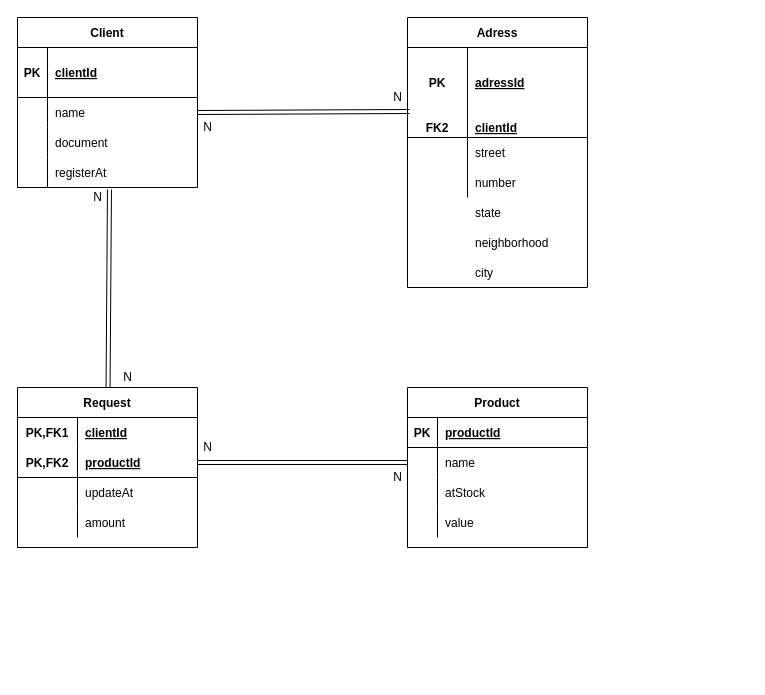
Before: doc/Model.drawio in lucasviniciusrodrigues/fiap-persistence-ecommerce, a draw.io diagram. Source tidied: cells renumbered, new cells numbered last; positions are measured from the earlier drawing's top-left corner, leaving out a move shared by most shapes. Both pictures are drawn from the tidied source at 100%, with x=0, y=0 at pixel (17, 17).
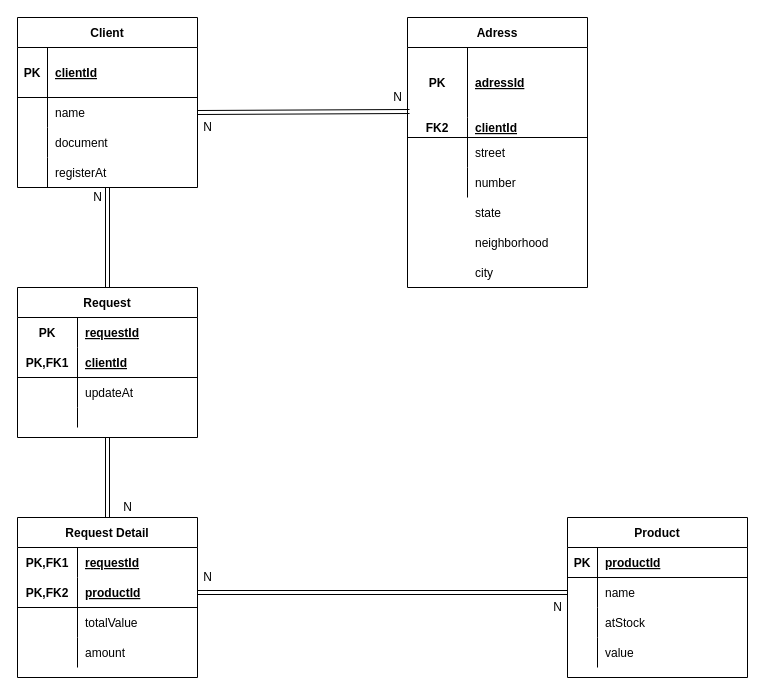
The same page after the edit.

The change refers to these unchanged cells:
```xml
<mxCell id="2" value="Client" style="shape=table;startSize=30;childLayout=tableLayout;rowLines=0;fontStyle=1;align=center;" parent="1" vertex="1">
  <mxGeometry width="180" height="170" as="geometry" />
</mxCell>
<mxCell id="12" style="shape=partialRectangle;fillColor=none;top=0;left=0;bottom=0;right=0;points=[[0,0.5],[1,0.5]];portConstraint=eastwest;" parent="2" vertex="1">
  <mxGeometry y="140" width="180" height="30" as="geometry" />
</mxCell>
<mxCell id="49" style="shape=partialRectangle;fillColor=none;top=0;left=0;bottom=0;right=0;" parent="48" vertex="1">
  <mxGeometry y="30" width="180" height="30" as="geometry" />
</mxCell>
<mxCell id="55" style="shape=partialRectangle;fillColor=none;top=0;left=0;bottom=0;right=0;" parent="48" vertex="1">
  <mxGeometry y="90" width="180" height="30" as="geometry" />
</mxCell>
```

What changed in the source:
```diff
@@
+    <mxCell id="66" style="edgeStyle=orthogonalEdgeStyle;shape=link;rounded=0;jettySize=auto;html=1;entryX=0.5;entryY=0;entryDx=0;entryDy=0;" parent="1" edge="1" source="2" target="68">
+      <mxGeometry relative="1" as="geometry" />
+    </mxCell>
@@
     <mxCell id="32" value="Product" style="shape=table;startSize=30;childLayout=tableLayout;rowLines=0;fontStyle=1;align=center;" parent="1" vertex="1">
-      <mxGeometry x="390" y="370" width="180" height="160" as="geometry" />
+      <mxGeometry x="550" y="500" width="180" height="160" as="geometry" />
     </mxCell>
@@
-    <mxCell id="47" style="edgeStyle=none;shape=link;rounded=0;jettySize=auto;html=1;entryX=0.511;entryY=1.067;entryDx=0;entryDy=0;entryPerimeter=0;" parent="1" edge="1" source="48" target="12">
-      <mxGeometry relative="1" as="geometry" />
-    </mxCell>
-    <mxCell id="48" value="Request" style="shape=table;startSize=30;childLayout=tableLayout;rowLines=0;fontStyle=1;align=center;" parent="1" vertex="1">
-      <mxGeometry y="370" width="180" height="160" as="geometry" />
+    <mxCell id="48" value="Request Detail" style="shape=table;startSize=30;childLayout=tableLayout;rowLines=0;fontStyle=1;align=center;" parent="1" vertex="1">
+      <mxGeometry y="500" width="180" height="160" as="geometry" />
     </mxCell>
@@
-    <mxCell id="51" value="clientId" style="shape=partialRectangle;fillColor=none;top=0;left=0;bottom=0;right=0;align=left;spacingLeft=6;fontStyle=5;overflow=hidden;" parent="49" vertex="1">
+    <mxCell id="51" value="requestId" style="shape=partialRectangle;fillColor=none;top=0;left=0;bottom=0;right=0;align=left;spacingLeft=6;fontStyle=5;overflow=hidden;" parent="49" vertex="1">
       <mxGeometry x="60" width="120" height="30" as="geometry" />
     </mxCell>
@@
-    <mxCell id="57" value="updateAt" style="shape=partialRectangle;fillColor=none;top=0;left=0;bottom=0;right=0;align=left;spacingLeft=6;overflow=hidden;" parent="55" vertex="1">
+    <mxCell id="57" value="totalValue" style="shape=partialRectangle;fillColor=none;top=0;left=0;bottom=0;right=0;align=left;spacingLeft=6;overflow=hidden;" parent="55" vertex="1">
       <mxGeometry x="60" width="120" height="30" as="geometry" />
     </mxCell>
@@
     <mxCell id="62" value="N" style="text;html=1;align=center;verticalAlign=middle;" parent="1" vertex="1">
-      <mxGeometry x="180" y="420" width="20" height="20" as="geometry" />
+      <mxGeometry x="180" y="550" width="20" height="20" as="geometry" />
     </mxCell>
     <mxCell id="63" value="N" style="text;html=1;align=center;verticalAlign=middle;" parent="1" vertex="1">
-      <mxGeometry x="370" y="450" width="20" height="20" as="geometry" />
+      <mxGeometry x="530" y="580" width="20" height="20" as="geometry" />
     </mxCell>
     <mxCell id="64" value="N" style="text;html=1;align=center;verticalAlign=middle;" parent="1" vertex="1">
-      <mxGeometry x="100" y="350" width="20" height="20" as="geometry" />
+      <mxGeometry x="100" y="480" width="20" height="20" as="geometry" />
     </mxCell>
@@
+    <mxCell id="67" style="edgeStyle=orthogonalEdgeStyle;shape=link;rounded=0;jettySize=auto;html=1;" parent="1" edge="1" source="68" target="48">
+      <mxGeometry relative="1" as="geometry" />
+    </mxCell>
+    <mxCell id="68" value="Request" style="shape=table;startSize=30;childLayout=tableLayout;rowLines=0;fontStyle=1;align=center;" parent="1" vertex="1">
+      <mxGeometry y="270" width="180" height="150" as="geometry" />
+    </mxCell>
+    <mxCell id="69" style="shape=partialRectangle;fillColor=none;top=0;left=0;bottom=0;right=0;" parent="68" vertex="1">
+      <mxGeometry y="30" width="180" height="30" as="geometry" />
+    </mxCell>
+    <mxCell id="70" value="PK" style="shape=partialRectangle;fillColor=none;top=0;left=0;bottom=0;right=0;fontStyle=1;overflow=hidden;" parent="69" vertex="1">
+      <mxGeometry width="60" height="30" as="geometry" />
+    </mxCell>
+    <mxCell id="71" value="requestId" style="shape=partialRectangle;fillColor=none;top=0;left=0;bottom=0;right=0;align=left;spacingLeft=6;fontStyle=5;overflow=hidden;" parent="69" vertex="1">
+      <mxGeometry x="60" width="120" height="30" as="geometry" />
+    </mxCell>
+    <mxCell id="72" style="shape=partialRectangle;fillColor=none;top=0;left=0;bottom=1;right=0;" parent="68" vertex="1">
+      <mxGeometry y="60" width="180" height="30" as="geometry" />
+    </mxCell>
+    <mxCell id="73" value="PK,FK1" style="shape=partialRectangle;fillColor=none;top=0;left=0;bottom=0;right=0;fontStyle=1;overflow=hidden;" parent="72" vertex="1">
+      <mxGeometry width="60" height="30" as="geometry" />
+    </mxCell>
+    <mxCell id="74" value="clientId" style="shape=partialRectangle;fillColor=none;top=0;left=0;bottom=0;right=0;align=left;spacingLeft=6;fontStyle=5;overflow=hidden;" parent="72" vertex="1">
+      <mxGeometry x="60" width="120" height="30" as="geometry" />
+    </mxCell>
+    <mxCell id="75" style="shape=partialRectangle;fillColor=none;top=0;left=0;bottom=0;right=0;" parent="68" vertex="1">
+      <mxGeometry y="90" width="180" height="30" as="geometry" />
+    </mxCell>
+    <mxCell id="76" style="shape=partialRectangle;fillColor=none;top=0;left=0;bottom=0;right=0;overflow=hidden;" parent="75" vertex="1">
+      <mxGeometry width="60" height="30" as="geometry" />
+    </mxCell>
+    <mxCell id="77" value="updateAt" style="shape=partialRectangle;fillColor=none;top=0;left=0;bottom=0;right=0;align=left;spacingLeft=6;overflow=hidden;" parent="75" vertex="1">
+      <mxGeometry x="60" width="120" height="30" as="geometry" />
+    </mxCell>
+    <mxCell id="78" style="shape=partialRectangle;fillColor=none;top=0;left=0;bottom=0;right=0;" parent="68" vertex="1">
+      <mxGeometry y="120" width="180" height="20" as="geometry" />
+    </mxCell>
+    <mxCell id="79" style="shape=partialRectangle;fillColor=none;top=0;left=0;bottom=0;right=0;overflow=hidden;" parent="78" vertex="1">
+      <mxGeometry width="60" height="20" as="geometry" />
+    </mxCell>
+    <mxCell id="80" style="shape=partialRectangle;fillColor=none;top=0;left=0;bottom=0;right=0;align=left;spacingLeft=6;overflow=hidden;" parent="78" vertex="1">
+      <mxGeometry x="60" width="120" height="20" as="geometry" />
+    </mxCell>
```
